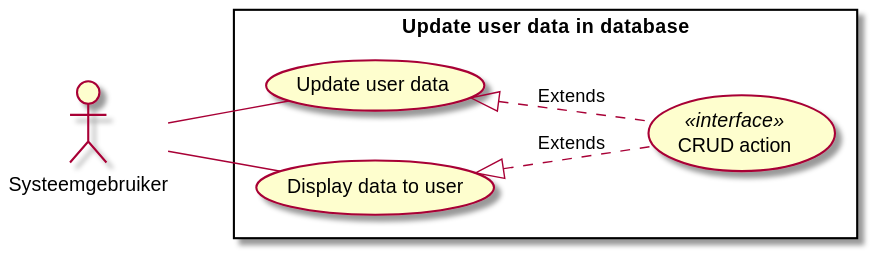
dannypas00/bouw7-uml keeps this PlantUML diagram as out/Scenarios/ExampleUseCase/usecase.svg. Above is the earlier version. The source it was exported from:
```plantuml
@startuml usecase
left to right direction

rectangle "Update user data in database" {
    usecase interaction as "Update user data"
    usecase crud as "CRUD action" <<interface>>
    interaction <|.. crud : Extends
    usecase display as "Display data to user"
    display <|.. crud: Extends
}

actor User as "Systeemgebruiker"

display -- User
User -- interaction
@enduml
```
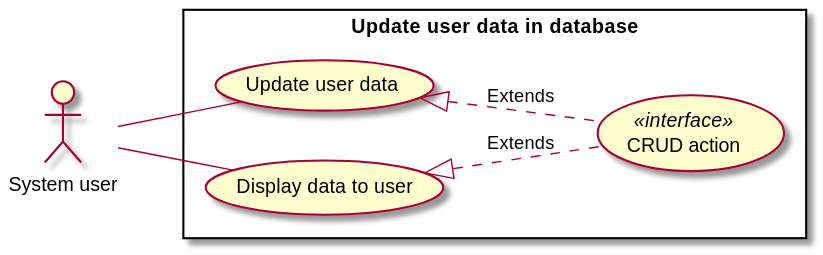
After the commit.

What changed in the source:
```diff
@@ -9,7 +9,7 @@
     display <|.. crud: Extends
 }
 
-actor User as "Systeemgebruiker"
+actor User as "System user"
 
 display -- User
 User -- interaction
```
